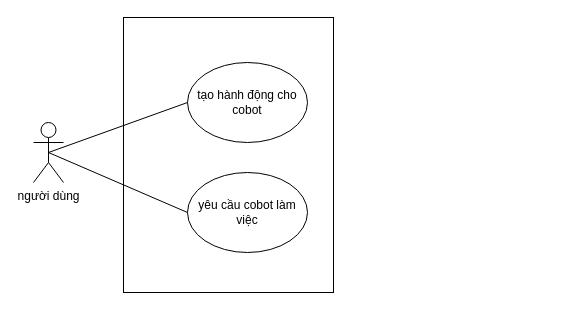
Earlier version of the draw.io diagram page "Trang-12" (11 of 12) of user_diagram.drawio (LTDat-HustK65/main-system). Source tidied: cells renumbered, new cells numbered last; positions are measured from the earlier drawing's top-left corner, leaving out a move shared by most shapes. Both pictures are drawn from the tidied source at 100%, with x=0, y=0 at pixel (33, 17).
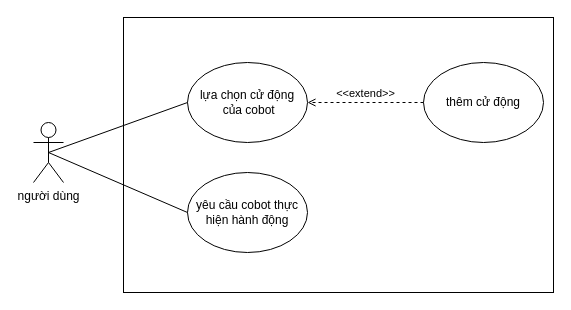
Above is the later version.

What changed in the source:
```diff
@@
 <mxGraphModel>
   <root>
     <mxCell id="0" />
     <mxCell id="1" parent="0" />
     <mxCell id="2" style="rounded=0;whiteSpace=wrap;html=1;" parent="1" vertex="1">
-      <mxGeometry x="90" width="210" height="275" as="geometry" />
+      <mxGeometry x="90" width="430" height="275" as="geometry" />
     </mxCell>
-    <mxCell id="3" value="tạo hành động cho cobot" style="ellipse;whiteSpace=wrap;html=1;" parent="1" vertex="1">
+    <mxCell id="3" value="lựa chọn cử động&lt;div&gt;&amp;nbsp;của cobot&lt;/div&gt;" style="ellipse;whiteSpace=wrap;html=1;" parent="1" vertex="1">
       <mxGeometry x="154" y="45" width="120" height="80" as="geometry" />
     </mxCell>
     <mxCell id="4" value="người dùng" style="shape=umlActor;verticalLabelPosition=bottom;verticalAlign=top;html=1;outlineConnect=0;" parent="1" vertex="1">
       <mxGeometry y="105" width="30" height="60" as="geometry" />
     </mxCell>
     <mxCell id="5" style="endArrow=none;html=1;rounded=0;exitX=0.5;exitY=0.5;exitDx=0;exitDy=0;exitPerimeter=0;entryX=0;entryY=0.5;entryDx=0;entryDy=0;" parent="1" edge="1" source="4" target="3">
       <mxGeometry relative="1" as="geometry" />
     </mxCell>
-    <mxCell id="6" value="yêu cầu cobot làm việc" style="ellipse;whiteSpace=wrap;html=1;" parent="1" vertex="1">
+    <mxCell id="6" value="yêu cầu cobot thực hiện hành động" style="ellipse;whiteSpace=wrap;html=1;" parent="1" vertex="1">
       <mxGeometry x="154" y="155" width="120" height="80" as="geometry" />
     </mxCell>
     <mxCell id="7" style="endArrow=none;html=1;rounded=0;exitX=0.5;exitY=0.5;exitDx=0;exitDy=0;exitPerimeter=0;entryX=0;entryY=0.5;entryDx=0;entryDy=0;" parent="1" edge="1" source="4" target="6">
       <mxGeometry relative="1" as="geometry" />
     </mxCell>
+    <mxCell id="8" value="thêm cử động" style="ellipse;whiteSpace=wrap;html=1;" parent="1" vertex="1">
+      <mxGeometry x="390" y="45" width="120" height="80" as="geometry" />
+    </mxCell>
+    <mxCell id="9" value="&amp;lt;&amp;lt;extend&amp;gt;&amp;gt;" style="html=1;verticalAlign=bottom;labelBackgroundColor=none;endArrow=open;endFill=0;dashed=1;rounded=0;entryX=1;entryY=0.5;entryDx=0;entryDy=0;exitX=0;exitY=0.5;exitDx=0;exitDy=0;" parent="1" edge="1" source="8" target="3">
+      <mxGeometry relative="1" as="geometry" />
+    </mxCell>
   </root>
 </mxGraphModel>
```
